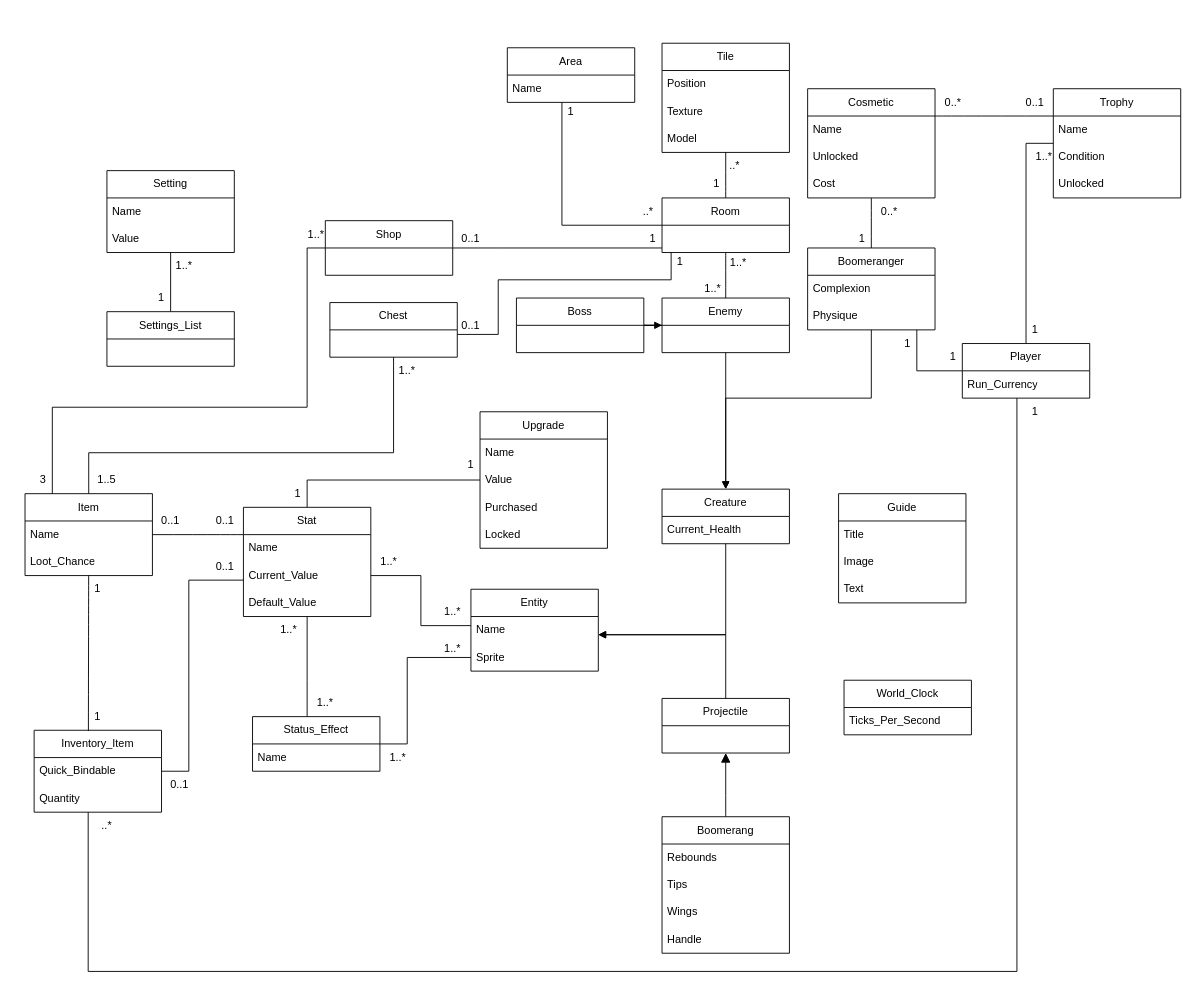
Above: Documentation/Class Diagram.drawio in 0rby0/Boomeranger (draw.io), before the change. Source tidied: cells renumbered, new cells numbered last; positions are measured from the earlier drawing's top-left corner, leaving out a move shared by most shapes. Both pictures are drawn from the tidied source at 91%, with x=0, y=0 at pixel (15, 43).
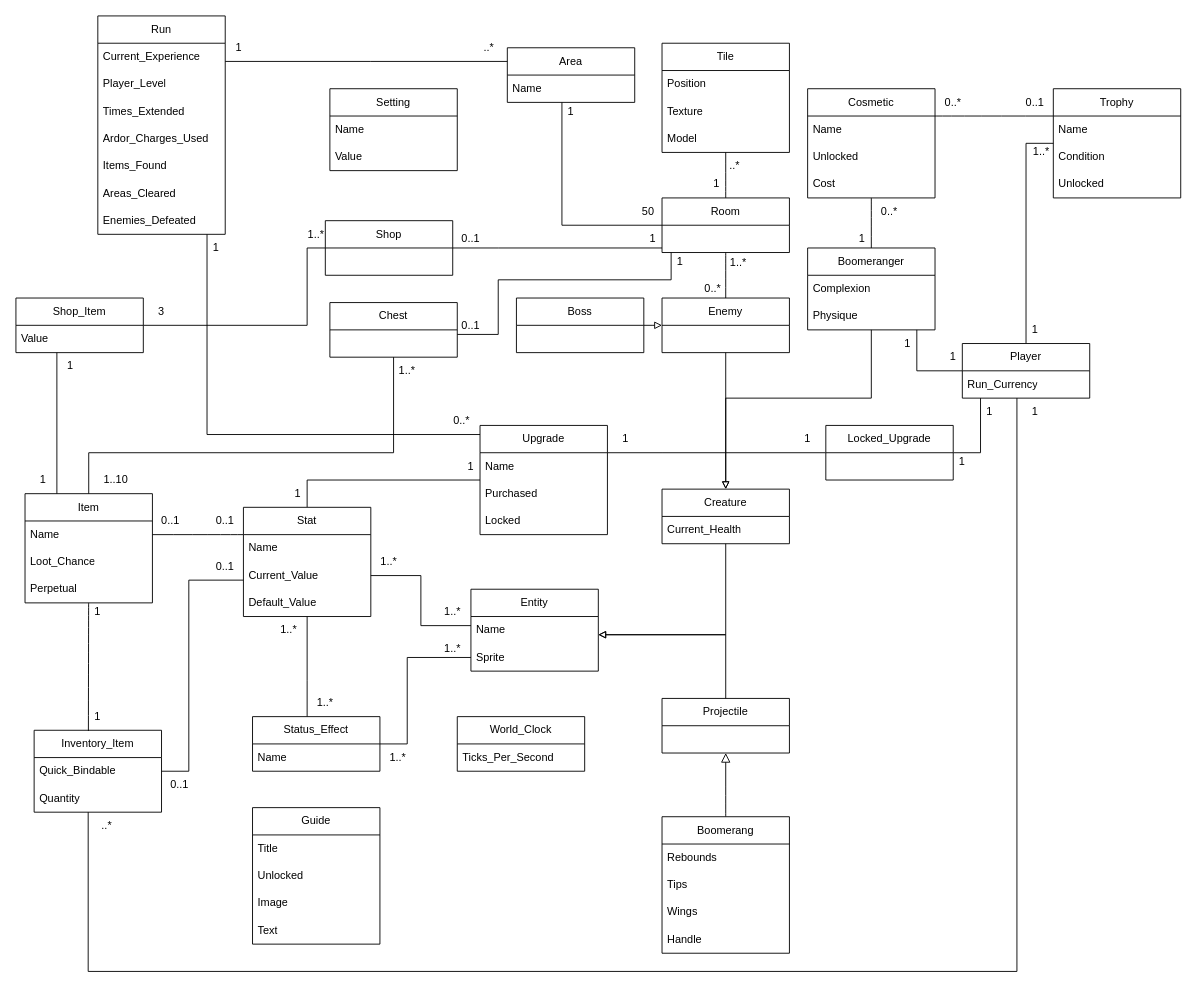
The same diagram, later.

Commit message (it also covers changes not shown here):
Final revisions to class diagram before development

The change refers to these unchanged cells:
```xml
<mxCell id="18" value="Boomeranger" style="swimlane;fontStyle=0;horizontal=1;startSize=30;whiteSpace=wrap;html=1;" parent="1" vertex="1">
  <mxGeometry x="870" y="225" width="140" height="90" as="geometry" />
</mxCell>
<mxCell id="21" value="Enemy" style="swimlane;fontStyle=0;horizontal=1;startSize=30;whiteSpace=wrap;html=1;" parent="1" vertex="1">
  <mxGeometry x="710" y="280" width="140" height="60" as="geometry" />
</mxCell>
<mxCell id="38" value="Player" style="swimlane;fontStyle=0;horizontal=1;startSize=30;whiteSpace=wrap;html=1;" parent="1" vertex="1">
  <mxGeometry x="1040" y="330" width="140" height="60" as="geometry" />
</mxCell>
<mxCell id="42" value="Creature" style="swimlane;fontStyle=0;horizontal=1;startSize=30;whiteSpace=wrap;html=1;" parent="1" vertex="1">
  <mxGeometry x="710" y="490" width="140" height="60" as="geometry" />
</mxCell>
<mxCell id="44" value="Projectile" style="swimlane;fontStyle=0;horizontal=1;startSize=30;whiteSpace=wrap;html=1;" parent="1" vertex="1">
  <mxGeometry x="710" y="720" width="140" height="60" as="geometry" />
</mxCell>
<mxCell id="46" value="Entity" style="swimlane;fontStyle=0;horizontal=1;startSize=30;whiteSpace=wrap;html=1;" parent="1" vertex="1">
  <mxGeometry x="500" y="600" width="140" height="90" as="geometry" />
</mxCell>
<mxCell id="63" value="Boss" style="swimlane;fontStyle=0;horizontal=1;startSize=30;whiteSpace=wrap;html=1;" parent="1" vertex="1">
  <mxGeometry x="550" y="280" width="140" height="60" as="geometry" />
</mxCell>
<mxCell id="70" value="Boomerang" style="swimlane;fontStyle=0;horizontal=1;startSize=30;whiteSpace=wrap;html=1;" parent="1" vertex="1">
  <mxGeometry x="710" y="850" width="140" height="150" as="geometry" />
</mxCell>
<mxCell id="105" value="Area" style="swimlane;fontStyle=0;horizontal=1;startSize=30;whiteSpace=wrap;html=1;" parent="1" vertex="1">
  <mxGeometry x="540" y="5" width="140" height="60" as="geometry" />
</mxCell>
<mxCell id="120" value="Shop" style="swimlane;fontStyle=0;horizontal=1;startSize=30;whiteSpace=wrap;html=1;" parent="1" vertex="1">
  <mxGeometry x="340" y="195" width="140" height="60" as="geometry" />
</mxCell>
```

What changed in the source:
```diff
@@
     <mxCell id="2" value="Setting" style="swimlane;fontStyle=0;horizontal=1;startSize=30;whiteSpace=wrap;html=1;" parent="1" vertex="1">
-      <mxGeometry x="100" y="140" width="140" height="90" as="geometry" />
+      <mxGeometry x="345" y="50" width="140" height="90" as="geometry" />
     </mxCell>
@@
     <mxCell id="9" value="Guide" style="swimlane;fontStyle=0;horizontal=1;startSize=30;whiteSpace=wrap;html=1;" parent="1" vertex="1">
-      <mxGeometry x="904" y="495" width="140" height="120" as="geometry" />
+      <mxGeometry x="260" y="840" width="140" height="150" as="geometry" />
     </mxCell>
+    <mxCell id="130" value="Title" style="text;strokeColor=none;fillColor=none;align=left;verticalAlign=middle;spacingLeft=4;spacingRight=4;overflow=hidden;whiteSpace=wrap;html=1;" parent="9" vertex="1">
+      <mxGeometry y="30" width="140" height="30" as="geometry" />
+    </mxCell>
-    <mxCell id="10" value="Title" style="text;strokeColor=none;fillColor=none;align=left;verticalAlign=middle;spacingLeft=4;spacingRight=4;overflow=hidden;whiteSpace=wrap;html=1;" parent="9" vertex="1">
-      <mxGeometry y="30" width="140" height="30" as="geometry" />
+    <mxCell id="10" value="Unlocked" style="text;strokeColor=none;fillColor=none;align=left;verticalAlign=middle;spacingLeft=4;spacingRight=4;overflow=hidden;whiteSpace=wrap;html=1;" parent="9" vertex="1">
+      <mxGeometry y="60" width="140" height="30" as="geometry" />
     </mxCell>
     <mxCell id="11" value="Image" style="text;strokeColor=none;fillColor=none;align=left;verticalAlign=middle;spacingLeft=4;spacingRight=4;overflow=hidden;whiteSpace=wrap;html=1;" parent="9" vertex="1">
-      <mxGeometry y="60" width="140" height="30" as="geometry" />
+      <mxGeometry y="90" width="140" height="30" as="geometry" />
     </mxCell>
     <mxCell id="12" value="Text" style="text;strokeColor=none;fillColor=none;align=left;verticalAlign=middle;spacingLeft=4;spacingRight=4;overflow=hidden;whiteSpace=wrap;html=1;" parent="9" vertex="1">
-      <mxGeometry y="90" width="140" height="30" as="geometry" />
+      <mxGeometry y="120" width="140" height="30" as="geometry" />
     </mxCell>
@@
     <mxCell id="23" value="Upgrade" style="swimlane;fontStyle=0;horizontal=1;startSize=30;whiteSpace=wrap;html=1;" parent="1" vertex="1">
-      <mxGeometry x="510" y="405" width="140" height="150" as="geometry" />
+      <mxGeometry x="510" y="420" width="140" height="120" as="geometry" />
     </mxCell>
@@
-    <mxCell id="25" value="Value" style="text;strokeColor=none;fillColor=none;align=left;verticalAlign=middle;spacingLeft=4;spacingRight=4;overflow=hidden;whiteSpace=wrap;html=1;" parent="23" vertex="1">
-      <mxGeometry y="60" width="140" height="30" as="geometry" />
-    </mxCell>
     <mxCell id="26" value="Purchased" style="text;strokeColor=none;fillColor=none;align=left;verticalAlign=middle;spacingLeft=4;spacingRight=4;overflow=hidden;whiteSpace=wrap;html=1;" parent="23" vertex="1">
-      <mxGeometry y="90" width="140" height="30" as="geometry" />
+      <mxGeometry y="60" width="140" height="30" as="geometry" />
     </mxCell>
     <mxCell id="27" value="Locked" style="text;strokeColor=none;fillColor=none;align=left;verticalAlign=middle;spacingLeft=4;spacingRight=4;overflow=hidden;whiteSpace=wrap;html=1;" parent="23" vertex="1">
-      <mxGeometry y="120" width="140" height="30" as="geometry" />
+      <mxGeometry y="90" width="140" height="30" as="geometry" />
     </mxCell>
@@
-    <mxCell id="33" style="edgeStyle=orthogonalEdgeStyle;rounded=0;jettySize=auto;html=1;defaultLabelBackgroundColor=page;labelPadding=0 4;flowAnimation=0;endArrow=none;endFill=0;" parent="1" edge="1" source="34" target="2">
-      <mxGeometry relative="1" as="geometry" />
-    </mxCell>
-    <mxCell id="34" value="Settings_List" style="swimlane;fontStyle=0;horizontal=1;startSize=30;whiteSpace=wrap;html=1;" parent="1" vertex="1">
-      <mxGeometry x="100" y="295" width="140" height="60" as="geometry" />
-    </mxCell>
-    <mxCell id="35" value="1" style="text;html=1;whiteSpace=wrap;strokeColor=none;fillColor=none;align=center;verticalAlign=middle;rounded=0;" parent="1" vertex="1">
-      <mxGeometry x="130" y="265" width="60" height="30" as="geometry" />
-    </mxCell>
-    <mxCell id="36" value="1..*" style="text;html=1;whiteSpace=wrap;strokeColor=none;fillColor=none;align=center;verticalAlign=middle;rounded=0;" parent="1" vertex="1">
-      <mxGeometry x="155" y="230" width="60" height="30" as="geometry" />
-    </mxCell>
@@
-    <mxCell id="40" style="edgeStyle=orthogonalEdgeStyle;rounded=0;jettySize=auto;html=1;defaultLabelBackgroundColor=page;labelPadding=0 4;entryX=0.5;entryY=1;entryDx=0;entryDy=0;startArrow=block;startFill=1;endArrow=none;endFill=0;" parent="1" edge="1" source="42" target="18">
+    <mxCell id="40" style="edgeStyle=orthogonalEdgeStyle;rounded=0;jettySize=auto;html=1;defaultLabelBackgroundColor=page;labelPadding=0 4;entryX=0.5;entryY=1;entryDx=0;entryDy=0;startArrow=block;startFill=0;endArrow=none;endFill=0;" parent="1" edge="1" source="42" target="18">
       <mxGeometry x="-0.11" relative="1" as="geometry">
         <Array as="points">
           <mxPoint x="780" y="390" />
           <mxPoint x="940" y="390" />
         </Array>
       </mxGeometry>
     </mxCell>
-    <mxCell id="41" style="edgeStyle=orthogonalEdgeStyle;rounded=0;jettySize=auto;html=1;defaultLabelBackgroundColor=page;labelPadding=0 4;startArrow=block;startFill=1;endArrow=none;endFill=0;" parent="1" edge="1" source="21" target="63">
-      <mxGeometry relative="1" as="geometry" />
+    <mxCell id="41" style="edgeStyle=orthogonalEdgeStyle;rounded=0;jettySize=auto;html=1;defaultLabelBackgroundColor=page;labelPadding=0 4;startArrow=block;startFill=0;endArrow=none;endFill=0;" parent="1" edge="1" source="21" target="63">
+      <mxGeometry relative="1" as="geometry">
+        <Array as="points">
+          <mxPoint x="700" y="310" />
+          <mxPoint x="700" y="310" />
+        </Array>
+      </mxGeometry>
     </mxCell>
@@
-    <mxCell id="45" style="edgeStyle=orthogonalEdgeStyle;rounded=0;jettySize=auto;html=1;defaultLabelBackgroundColor=page;labelPadding=0 4;entryX=0.5;entryY=0;entryDx=0;entryDy=0;startArrow=block;startFill=1;endArrow=none;endFill=0;" parent="1" edge="1" target="44">
+    <mxCell id="45" style="edgeStyle=orthogonalEdgeStyle;rounded=0;jettySize=auto;html=1;defaultLabelBackgroundColor=page;labelPadding=0 4;entryX=0.5;entryY=0;entryDx=0;entryDy=0;startArrow=block;startFill=0;endArrow=none;endFill=0;" parent="1" edge="1" target="44">
       <mxGeometry x="0.31" relative="1" as="geometry">
         <mxPoint x="640" y="650" as="sourcePoint" />
         <Array as="points">
           <mxPoint x="780" y="650" />
         </Array>
       </mxGeometry>
     </mxCell>
@@
     <mxCell id="50" value="1" style="text;html=1;whiteSpace=wrap;strokeColor=none;fillColor=none;align=center;verticalAlign=middle;rounded=0;" parent="1" vertex="1">
-      <mxGeometry x="470" y="448" width="60" height="30" as="geometry" />
+      <mxGeometry x="470" y="450" width="60" height="30" as="geometry" />
     </mxCell>
@@
-    <mxCell id="60" style="edgeStyle=orthogonalEdgeStyle;rounded=0;jettySize=auto;html=1;entryX=0.5;entryY=1;entryDx=0;entryDy=0;defaultLabelBackgroundColor=page;labelPadding=0 4;startArrow=block;startFill=1;endArrow=none;endFill=0;" parent="1" edge="1" source="46" target="42">
+    <mxCell id="60" style="edgeStyle=orthogonalEdgeStyle;rounded=0;jettySize=auto;html=1;entryX=0.5;entryY=1;entryDx=0;entryDy=0;defaultLabelBackgroundColor=page;labelPadding=0 4;startArrow=block;startFill=0;endArrow=none;endFill=0;" parent="1" edge="1" source="46" target="42">
       <mxGeometry x="0.56" relative="1" as="geometry">
         <Array as="points">
           <mxPoint x="780" y="650" />
         </Array>
       </mxGeometry>
     </mxCell>
@@
-    <mxCell id="64" style="edgeStyle=orthogonalEdgeStyle;rounded=0;jettySize=auto;html=1;entryX=0.5;entryY=1;entryDx=0;entryDy=0;defaultLabelBackgroundColor=page;labelPadding=0 4;startArrow=block;startFill=1;endArrow=none;endFill=0;" parent="1" edge="1" source="42" target="21">
+    <mxCell id="64" style="edgeStyle=orthogonalEdgeStyle;rounded=0;jettySize=auto;html=1;entryX=0.5;entryY=1;entryDx=0;entryDy=0;defaultLabelBackgroundColor=page;labelPadding=0 4;startArrow=block;startFill=0;endArrow=none;endFill=0;" parent="1" edge="1" source="42" target="21">
       <mxGeometry x="-0.24" relative="1" as="geometry">
         <Array as="points">
           <mxPoint x="780" y="340" />
         </Array>
       </mxGeometry>
     </mxCell>
@@
     <mxCell id="68" value="1..*" style="text;html=1;whiteSpace=wrap;strokeColor=none;fillColor=none;align=center;verticalAlign=middle;rounded=0;" parent="1" vertex="1">
-      <mxGeometry x="1100" y="110" width="60" height="30" as="geometry" />
+      <mxGeometry x="1097" y="104" width="60" height="30" as="geometry" />
     </mxCell>
-    <mxCell id="69" style="edgeStyle=none;curved=1;rounded=0;curveGeometry=1;jettySize=auto;html=1;entryX=0.5;entryY=1;entryDx=0;entryDy=0;fontSize=12;defaultLabelBackgroundColor=page;labelPadding=0 4;startSize=8;endSize=8;endArrow=block;endFill=1;" parent="1" edge="1" source="70" target="44">
+    <mxCell id="69" style="edgeStyle=none;curved=1;rounded=0;curveGeometry=1;jettySize=auto;html=1;entryX=0.5;entryY=1;entryDx=0;entryDy=0;fontSize=12;defaultLabelBackgroundColor=page;labelPadding=0 4;startSize=8;endSize=8;endArrow=block;endFill=0;" parent="1" edge="1" source="70" target="44">
       <mxGeometry relative="1" as="geometry" />
     </mxCell>
@@
     <mxCell id="76" value="Item" style="swimlane;fontStyle=0;horizontal=1;startSize=30;whiteSpace=wrap;html=1;" parent="1" vertex="1">
-      <mxGeometry x="10" y="495" width="140" height="90" as="geometry" />
+      <mxGeometry x="10" y="495" width="140" height="120" as="geometry" />
     </mxCell>
@@
+    <mxCell id="131" value="Perpetual" style="text;strokeColor=none;fillColor=none;align=left;verticalAlign=middle;spacingLeft=4;spacingRight=4;overflow=hidden;whiteSpace=wrap;html=1;" parent="76" vertex="1">
+      <mxGeometry y="90" width="140" height="30" as="geometry" />
+    </mxCell>
@@
     <mxCell id="80" value="1" style="text;html=1;whiteSpace=wrap;strokeColor=none;fillColor=none;align=center;verticalAlign=middle;rounded=0;" parent="1" vertex="1">
-      <mxGeometry x="60" y="585" width="60" height="30" as="geometry" />
+      <mxGeometry x="60" y="610" width="60" height="30" as="geometry" />
     </mxCell>
@@
     <mxCell id="92" value="World_Clock" style="swimlane;fontStyle=0;horizontal=1;startSize=30;whiteSpace=wrap;html=1;" parent="1" vertex="1">
-      <mxGeometry x="910" y="700" width="140" height="60" as="geometry" />
+      <mxGeometry x="485" y="740" width="140" height="60" as="geometry" />
     </mxCell>
@@
-    <mxCell id="112" value="..*" style="text;html=1;whiteSpace=wrap;strokeColor=none;fillColor=none;align=center;verticalAlign=middle;rounded=0;" parent="1" vertex="1">
+    <mxCell id="112" value="50" style="text;html=1;whiteSpace=wrap;strokeColor=none;fillColor=none;align=center;verticalAlign=middle;rounded=0;" parent="1" vertex="1">
       <mxGeometry x="665" y="170" width="60" height="30" as="geometry" />
     </mxCell>
@@
-    <mxCell id="116" value="1..*" style="text;html=1;whiteSpace=wrap;strokeColor=none;fillColor=none;align=center;verticalAlign=middle;rounded=0;" parent="1" vertex="1">
+    <mxCell id="116" value="0..*" style="text;html=1;whiteSpace=wrap;strokeColor=none;fillColor=none;align=center;verticalAlign=middle;rounded=0;" parent="1" vertex="1">
       <mxGeometry x="736" y="255" width="60" height="30" as="geometry" />
     </mxCell>
@@
-    <mxCell id="119" style="edgeStyle=orthogonalEdgeStyle;rounded=0;jettySize=auto;html=1;fontSize=12;defaultLabelBackgroundColor=page;labelPadding=0 4;startSize=8;endSize=8;endArrow=none;endFill=0;" parent="1" edge="1" source="120" target="76">
-      <mxGeometry x="-0.14" relative="1" as="geometry">
+    <mxCell id="119" style="edgeStyle=orthogonalEdgeStyle;rounded=0;jettySize=auto;html=1;fontSize=12;defaultLabelBackgroundColor=page;labelPadding=0 4;startSize=8;endSize=8;endArrow=none;endFill=0;" parent="1" edge="1" source="120" target="133">
+      <mxGeometry x="-0.16" relative="1" as="geometry">
         <Array as="points">
           <mxPoint x="320" y="225" />
-          <mxPoint x="320" y="400" />
-          <mxPoint x="40" y="400" />
+          <mxPoint x="320" y="310" />
         </Array>
       </mxGeometry>
     </mxCell>
@@
-    <mxCell id="126" value="1..5" style="text;html=1;whiteSpace=wrap;strokeColor=none;fillColor=none;align=center;verticalAlign=middle;rounded=0;" parent="1" vertex="1">
-      <mxGeometry x="70" y="465" width="60" height="30" as="geometry" />
+    <mxCell id="126" value="1..10" style="text;html=1;whiteSpace=wrap;strokeColor=none;fillColor=none;align=center;verticalAlign=middle;rounded=0;" parent="1" vertex="1">
+      <mxGeometry x="80" y="465" width="60" height="30" as="geometry" />
     </mxCell>
     <mxCell id="127" value="3" style="text;html=1;whiteSpace=wrap;strokeColor=none;fillColor=none;align=center;verticalAlign=middle;rounded=0;" parent="1" vertex="1">
-      <mxGeometry y="465" width="60" height="30" as="geometry" />
+      <mxGeometry x="130" y="280" width="60" height="30" as="geometry" />
     </mxCell>
@@
+    <mxCell id="132" style="edgeStyle=orthogonalEdgeStyle;rounded=0;jettySize=auto;html=1;entryX=0.25;entryY=0;entryDx=0;entryDy=0;defaultLabelBackgroundColor=page;labelPadding=0 4;endArrow=none;endFill=0;" parent="1" edge="1" source="133" target="76">
+      <mxGeometry relative="1" as="geometry">
+        <Array as="points">
+          <mxPoint x="45" y="380" />
+          <mxPoint x="45" y="380" />
+        </Array>
+      </mxGeometry>
+    </mxCell>
+    <mxCell id="133" value="Shop_Item" style="swimlane;fontStyle=0;horizontal=1;startSize=30;whiteSpace=wrap;html=1;" parent="1" vertex="1">
+      <mxGeometry y="280" width="140" height="60" as="geometry" />
+    </mxCell>
+    <mxCell id="25" value="Value" style="text;strokeColor=none;fillColor=none;align=left;verticalAlign=middle;spacingLeft=4;spacingRight=4;overflow=hidden;whiteSpace=wrap;html=1;" parent="133" vertex="1">
+      <mxGeometry y="30" width="140" height="30" as="geometry" />
+    </mxCell>
+    <mxCell id="134" value="1" style="text;html=1;whiteSpace=wrap;strokeColor=none;fillColor=none;align=center;verticalAlign=middle;rounded=0;" parent="1" vertex="1">
+      <mxGeometry x="30" y="340" width="60" height="30" as="geometry" />
+    </mxCell>
+    <mxCell id="135" value="1" style="text;html=1;whiteSpace=wrap;strokeColor=none;fillColor=none;align=center;verticalAlign=middle;rounded=0;" parent="1" vertex="1">
+      <mxGeometry y="465" width="60" height="30" as="geometry" />
+    </mxCell>
+    <mxCell id="136" style="edgeStyle=orthogonalEdgeStyle;rounded=0;jettySize=auto;html=1;defaultLabelBackgroundColor=page;labelPadding=0 4;endArrow=none;endFill=0;" parent="1" edge="1" source="137" target="23">
+      <mxGeometry relative="1" as="geometry">
+        <Array as="points">
+          <mxPoint x="210" y="430" />
+        </Array>
+      </mxGeometry>
+    </mxCell>
+    <mxCell id="137" value="Run" style="swimlane;fontStyle=0;horizontal=1;startSize=30;whiteSpace=wrap;html=1;" parent="1" vertex="1">
+      <mxGeometry x="90" y="-30" width="140" height="240" as="geometry" />
+    </mxCell>
+    <mxCell id="138" value="Current_Experience" style="text;strokeColor=none;fillColor=none;align=left;verticalAlign=middle;spacingLeft=4;spacingRight=4;overflow=hidden;whiteSpace=wrap;html=1;" parent="137" vertex="1">
+      <mxGeometry y="30" width="140" height="30" as="geometry" />
+    </mxCell>
+    <mxCell id="139" value="Player_Level" style="text;strokeColor=none;fillColor=none;align=left;verticalAlign=middle;spacingLeft=4;spacingRight=4;overflow=hidden;whiteSpace=wrap;html=1;" parent="137" vertex="1">
+      <mxGeometry y="60" width="140" height="30" as="geometry" />
+    </mxCell>
+    <mxCell id="140" value="Times_Extended" style="text;strokeColor=none;fillColor=none;align=left;verticalAlign=middle;spacingLeft=4;spacingRight=4;overflow=hidden;whiteSpace=wrap;html=1;" parent="137" vertex="1">
+      <mxGeometry y="90" width="140" height="30" as="geometry" />
+    </mxCell>
+    <mxCell id="141" value="Ardor_Charges_Used" style="text;strokeColor=none;fillColor=none;align=left;verticalAlign=middle;spacingLeft=4;spacingRight=4;overflow=hidden;whiteSpace=wrap;html=1;" parent="137" vertex="1">
+      <mxGeometry y="120" width="140" height="30" as="geometry" />
+    </mxCell>
+    <mxCell id="142" value="Items_Found" style="text;strokeColor=none;fillColor=none;align=left;verticalAlign=middle;spacingLeft=4;spacingRight=4;overflow=hidden;whiteSpace=wrap;html=1;" parent="137" vertex="1">
+      <mxGeometry y="150" width="140" height="30" as="geometry" />
+    </mxCell>
+    <mxCell id="143" value="Areas_Cleared" style="text;strokeColor=none;fillColor=none;align=left;verticalAlign=middle;spacingLeft=4;spacingRight=4;overflow=hidden;whiteSpace=wrap;html=1;" parent="137" vertex="1">
+      <mxGeometry y="180" width="140" height="30" as="geometry" />
+    </mxCell>
+    <mxCell id="144" value="Enemies_Defeated" style="text;strokeColor=none;fillColor=none;align=left;verticalAlign=middle;spacingLeft=4;spacingRight=4;overflow=hidden;whiteSpace=wrap;html=1;" parent="137" vertex="1">
+      <mxGeometry y="210" width="140" height="30" as="geometry" />
+    </mxCell>
+    <mxCell id="145" style="edgeStyle=orthogonalEdgeStyle;rounded=0;jettySize=auto;html=1;defaultLabelBackgroundColor=page;labelPadding=0 4;endArrow=none;endFill=0;" parent="1" edge="1" source="147" target="23">
+      <mxGeometry relative="1" as="geometry">
+        <Array as="points">
+          <mxPoint x="710" y="450" />
+          <mxPoint x="710" y="450" />
+        </Array>
+      </mxGeometry>
+    </mxCell>
+    <mxCell id="146" style="edgeStyle=orthogonalEdgeStyle;rounded=0;jettySize=auto;html=1;defaultLabelBackgroundColor=page;labelPadding=0 4;endArrow=none;endFill=0;" parent="1" edge="1" source="147" target="38">
+      <mxGeometry relative="1" as="geometry">
+        <Array as="points">
+          <mxPoint x="1060" y="450" />
+        </Array>
+      </mxGeometry>
+    </mxCell>
+    <mxCell id="147" value="Locked_Upgrade" style="swimlane;fontStyle=0;horizontal=1;startSize=30;whiteSpace=wrap;html=1;" parent="1" vertex="1">
+      <mxGeometry x="890" y="420" width="140" height="60" as="geometry" />
+    </mxCell>
+    <mxCell id="148" value="1" style="text;html=1;whiteSpace=wrap;strokeColor=none;fillColor=none;align=center;verticalAlign=middle;rounded=0;" parent="1" vertex="1">
+      <mxGeometry x="840" y="420" width="60" height="30" as="geometry" />
+    </mxCell>
+    <mxCell id="149" value="1" style="text;html=1;whiteSpace=wrap;strokeColor=none;fillColor=none;align=center;verticalAlign=middle;rounded=0;" parent="1" vertex="1">
+      <mxGeometry x="640" y="420" width="60" height="30" as="geometry" />
+    </mxCell>
+    <mxCell id="150" value="1" style="text;html=1;whiteSpace=wrap;strokeColor=none;fillColor=none;align=center;verticalAlign=middle;rounded=0;" parent="1" vertex="1">
+      <mxGeometry x="1040" y="390" width="60" height="30" as="geometry" />
+    </mxCell>
+    <mxCell id="151" value="1" style="text;html=1;whiteSpace=wrap;strokeColor=none;fillColor=none;align=center;verticalAlign=middle;rounded=0;" parent="1" vertex="1">
+      <mxGeometry x="1010" y="445" width="60" height="30" as="geometry" />
+    </mxCell>
+    <mxCell id="152" style="edgeStyle=orthogonalEdgeStyle;rounded=0;jettySize=auto;html=1;defaultLabelBackgroundColor=page;labelPadding=0 4;endArrow=none;endFill=0;" parent="1" edge="1" source="137" target="105">
+      <mxGeometry relative="1" as="geometry">
+        <Array as="points">
+          <mxPoint x="390" y="20" />
+          <mxPoint x="390" y="20" />
+        </Array>
+      </mxGeometry>
+    </mxCell>
+    <mxCell id="153" value="0..*" style="text;html=1;whiteSpace=wrap;strokeColor=none;fillColor=none;align=center;verticalAlign=middle;rounded=0;" parent="1" vertex="1">
+      <mxGeometry x="460" y="400" width="60" height="30" as="geometry" />
+    </mxCell>
+    <mxCell id="154" value="1" style="text;html=1;whiteSpace=wrap;strokeColor=none;fillColor=none;align=center;verticalAlign=middle;rounded=0;" parent="1" vertex="1">
+      <mxGeometry x="190" y="210" width="60" height="30" as="geometry" />
+    </mxCell>
+    <mxCell id="155" value="1" style="text;html=1;whiteSpace=wrap;strokeColor=none;fillColor=none;align=center;verticalAlign=middle;rounded=0;" parent="1" vertex="1">
+      <mxGeometry x="215" y="-10" width="60" height="30" as="geometry" />
+    </mxCell>
+    <mxCell id="156" value="..*" style="text;html=1;whiteSpace=wrap;strokeColor=none;fillColor=none;align=center;verticalAlign=middle;rounded=0;" parent="1" vertex="1">
+      <mxGeometry x="490" y="-10" width="60" height="30" as="geometry" />
+    </mxCell>
```
